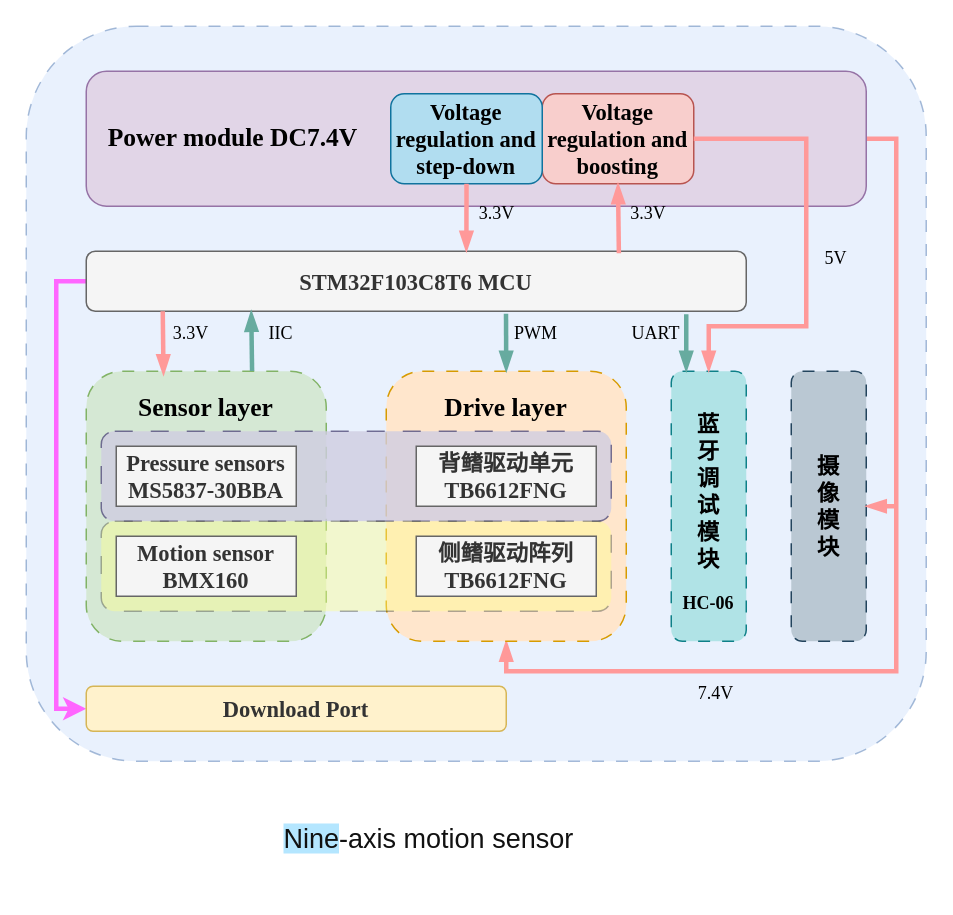
Before: 论文_翻译.drawio in chiguaren3/drawio_project, a draw.io diagram. Source tidied: cells renumbered, new cells numbered last; positions are measured from the earlier drawing's top-left corner, leaving out a move shared by most shapes. Both pictures are drawn from the tidied source at 150%, with x=0, y=0 at pixel (26, 26).
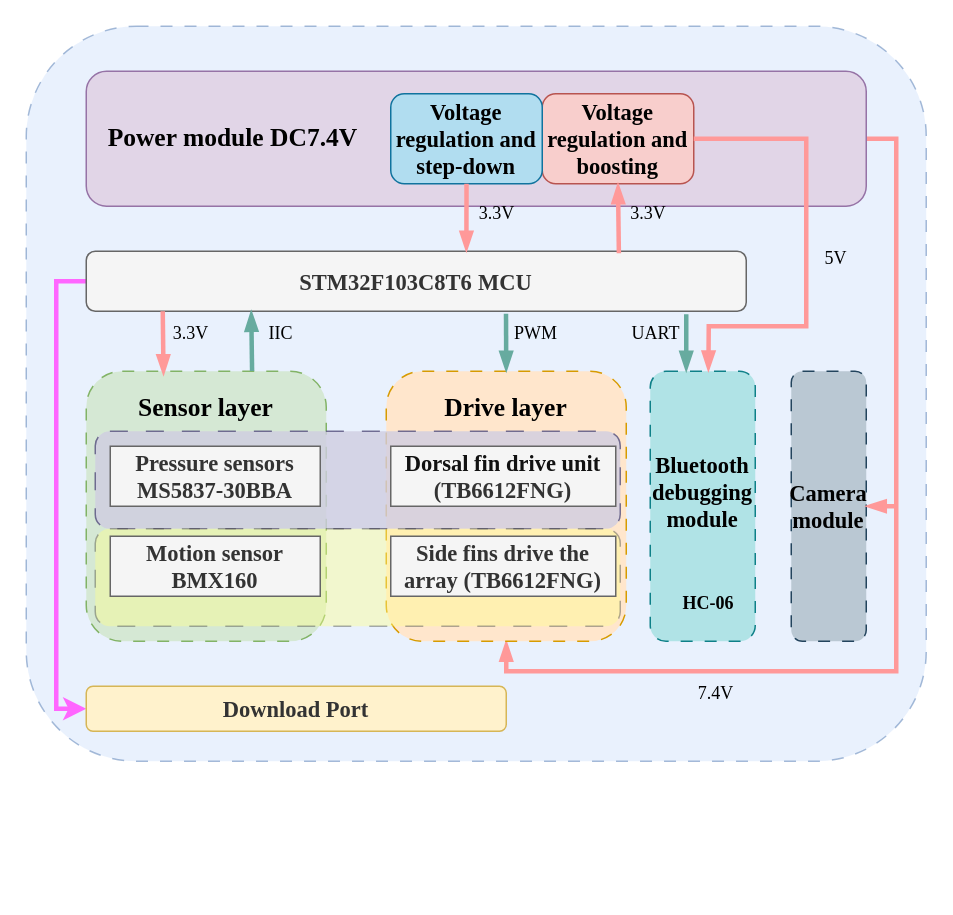
Above is the later version.

Commit message (it also covers changes not shown here):
更新论文_翻译.drawio

Unchanged cells that the change refers to:
```xml
<mxCell id="6" value="&lt;b style=&quot;&quot;&gt;&lt;font style=&quot;font-size: 15px;&quot; face=&quot;Times New Roman&quot;&gt;Voltage regulation and boosting&lt;/font&gt;&lt;/b&gt;" style="rounded=1;whiteSpace=wrap;html=1;fillColor=#f8cecc;strokeColor=#b85450;" parent="1" vertex="1">
  <mxGeometry x="344" y="45" width="101" height="60" as="geometry" />
</mxCell>
```

The edit, as a diff of the source:
```diff
@@
-    <mxCell id="14" value="&lt;font style=&quot;font-size: 15px;&quot; face=&quot;宋体&quot;&gt;&lt;b style=&quot;&quot;&gt;摄像模块&lt;/b&gt;&lt;/font&gt;" style="text;html=1;align=center;verticalAlign=middle;whiteSpace=wrap;rounded=0;" parent="1" vertex="1">
+    <mxCell id="14" value="&lt;font face=&quot;Times New Roman&quot; style=&quot;font-size: 15px;&quot;&gt;&lt;b&gt;Camera&lt;/b&gt;&lt;/font&gt;&lt;div&gt;&lt;font face=&quot;Times New Roman&quot; style=&quot;font-size: 15px;&quot;&gt;&lt;b&gt;module&lt;/b&gt;&lt;/font&gt;&lt;/div&gt;" style="text;html=1;align=center;verticalAlign=middle;whiteSpace=wrap;rounded=0;" parent="1" vertex="1">
       <mxGeometry x="520" y="260" width="30" height="120" as="geometry" />
     </mxCell>
     <mxCell id="15" style="rounded=1;whiteSpace=wrap;html=1;fillColor=#b0e3e6;strokeColor=#0e8088;dashed=1;dashPattern=8 8;" parent="1" vertex="1">
-      <mxGeometry x="430" y="230" width="50" height="180" as="geometry" />
+      <mxGeometry x="416" y="230" width="70" height="180" as="geometry" />
     </mxCell>
-    <mxCell id="16" value="&lt;font style=&quot;font-size: 15px;&quot; face=&quot;宋体&quot;&gt;&lt;b style=&quot;&quot;&gt;蓝牙调试模块&lt;/b&gt;&lt;/font&gt;" style="text;html=1;align=center;verticalAlign=middle;whiteSpace=wrap;rounded=0;" parent="1" vertex="1">
-      <mxGeometry x="440" y="250" width="30" height="120" as="geometry" />
+    <mxCell id="16" value="&lt;font face=&quot;Times New Roman&quot; style=&quot;font-size: 15px;&quot;&gt;&lt;b style=&quot;&quot;&gt;Bluetooth&lt;/b&gt;&lt;/font&gt;&lt;div&gt;&lt;font face=&quot;Times New Roman&quot; style=&quot;font-size: 15px;&quot;&gt;&lt;b&gt;debugging&lt;/b&gt;&lt;/font&gt;&lt;/div&gt;&lt;div&gt;&lt;font face=&quot;Times New Roman&quot; style=&quot;font-size: 15px;&quot;&gt;&lt;b style=&quot;&quot;&gt;module&lt;/b&gt;&lt;/font&gt;&lt;/div&gt;" style="text;html=1;align=center;verticalAlign=middle;whiteSpace=wrap;rounded=0;" parent="1" vertex="1">
+      <mxGeometry x="439" y="250" width="24" height="120" as="geometry" />
     </mxCell>
@@
-    <mxCell id="25" style="endArrow=blockThin;html=1;rounded=0;exitX=1;exitY=0.5;exitDx=0;exitDy=0;endFill=1;strokeWidth=3;fillColor=#ffff88;strokeColor=#FF9999;entryX=0.5;entryY=0;entryDx=0;entryDy=0;" parent="1" edge="1" source="6" target="15">
+    <mxCell id="25" style="endArrow=blockThin;html=1;rounded=0;exitX=1;exitY=0.5;exitDx=0;exitDy=0;endFill=1;strokeWidth=3;fillColor=#ffff88;strokeColor=#FF9999;entryX=0.554;entryY=-0.001;entryDx=0;entryDy=0;entryPerimeter=0;" parent="1" edge="1" source="6" target="15">
       <mxGeometry relative="1" as="geometry">
         <Array as="points">
           <mxPoint x="520" y="75" />
           <mxPoint x="520" y="200" />
           <mxPoint x="455" y="200" />
         </Array>
       </mxGeometry>
     </mxCell>
     <mxCell id="26" style="rounded=1;whiteSpace=wrap;html=1;fillColor=#d0cee2;strokeColor=#56517e;dashed=1;dashPattern=12 12;opacity=80;" parent="1" vertex="1">
-      <mxGeometry x="50" y="270" width="340" height="60" as="geometry" />
+      <mxGeometry x="46" y="270" width="350" height="65" as="geometry" />
     </mxCell>
@@
     <mxCell id="33" value="&lt;span style=&quot;font-size: 15px;&quot;&gt;&lt;b style=&quot;&quot;&gt;&lt;font face=&quot;Times New Roman&quot;&gt;Pressure sensors&lt;/font&gt;&lt;/b&gt;&lt;/span&gt;&lt;br&gt;&lt;div&gt;&lt;font style=&quot;font-size: 15px;&quot; face=&quot;Times New Roman&quot;&gt;&lt;b style=&quot;&quot;&gt;MS5837-30BBA&lt;/b&gt;&lt;/font&gt;&lt;/div&gt;" style="rounded=0;whiteSpace=wrap;html=1;fillColor=#f5f5f5;fontColor=#333333;strokeColor=#666666;" parent="1" vertex="1">
-      <mxGeometry x="60" y="280" width="120" height="40" as="geometry" />
+      <mxGeometry x="56" y="280" width="140" height="40" as="geometry" />
     </mxCell>
     <mxCell id="34" style="rounded=1;whiteSpace=wrap;html=1;fillColor=#ffff88;strokeColor=#36393d;dashed=1;dashPattern=12 12;opacity=40;" parent="1" vertex="1">
-      <mxGeometry x="50" y="330" width="340" height="60" as="geometry" />
+      <mxGeometry x="46" y="335" width="350" height="65" as="geometry" />
     </mxCell>
-    <mxCell id="35" value="&lt;font face=&quot;宋体&quot;&gt;&lt;span style=&quot;font-size: 15px;&quot;&gt;&lt;b&gt;背鳍驱动单元&lt;/b&gt;&lt;/span&gt;&lt;/font&gt;&lt;div&gt;&lt;span style=&quot;font-size: 15px;&quot;&gt;&lt;b style=&quot;&quot;&gt;&lt;font face=&quot;Times New Roman&quot;&gt;TB6612FNG&lt;/font&gt;&lt;/b&gt;&lt;/span&gt;&lt;/div&gt;" style="rounded=0;whiteSpace=wrap;html=1;fillColor=#f5f5f5;fontColor=#333333;strokeColor=#666666;" parent="1" vertex="1">
-      <mxGeometry x="260" y="280" width="120" height="40" as="geometry" />
+    <mxCell id="35" value="&lt;font style=&quot;font-size: 15px;&quot;&gt;&lt;b&gt;&lt;font face=&quot;Times New Roman&quot; style=&quot;&quot;&gt;&lt;span style=&quot;cursor: pointer; color: rgb(17, 17, 17); text-align: start; white-space-collapse: preserve;&quot; class=&quot;&quot;&gt;Dorsal&lt;/span&gt;&lt;span style=&quot;cursor: pointer; color: rgb(17, 17, 17); text-align: start; white-space-collapse: preserve;&quot;&gt; &lt;/span&gt;&lt;span style=&quot;cursor: pointer; color: rgb(17, 17, 17); text-align: start; white-space-collapse: preserve;&quot; class=&quot;&quot;&gt;fin&lt;/span&gt;&lt;span style=&quot;cursor: pointer; color: rgb(17, 17, 17); text-align: start; white-space-collapse: preserve;&quot;&gt; &lt;/span&gt;&lt;span style=&quot;cursor: pointer; color: rgb(17, 17, 17); text-align: start; white-space-collapse: preserve;&quot; class=&quot;&quot;&gt;drive&lt;/span&gt;&lt;span style=&quot;cursor: pointer; color: rgb(17, 17, 17); text-align: start; white-space-collapse: preserve;&quot;&gt; &lt;/span&gt;&lt;span style=&quot;cursor: pointer; color: rgb(17, 17, 17); text-align: start; white-space-collapse: preserve;&quot; class=&quot;&quot;&gt;unit&lt;/span&gt;&lt;/font&gt;&lt;br&gt;&lt;/b&gt;&lt;/font&gt;&lt;div&gt;&lt;b style=&quot;&quot;&gt;&lt;font style=&quot;font-size: 15px;&quot; face=&quot;Times New Roman&quot;&gt;(TB6612FNG)&lt;/font&gt;&lt;/b&gt;&lt;/div&gt;" style="rounded=0;whiteSpace=wrap;html=1;fillColor=#f5f5f5;fontColor=#333333;strokeColor=#666666;" parent="1" vertex="1">
+      <mxGeometry x="243" y="280" width="150" height="40" as="geometry" />
     </mxCell>
-    <mxCell id="36" value="&lt;font face=&quot;宋体&quot;&gt;&lt;span style=&quot;font-size: 15px;&quot;&gt;&lt;b&gt;侧鳍驱动阵列&lt;/b&gt;&lt;/span&gt;&lt;/font&gt;&lt;div&gt;&lt;b style=&quot;font-size: 15px;&quot;&gt;&lt;font face=&quot;Times New Roman&quot;&gt;TB6612FNG&lt;/font&gt;&lt;/b&gt;&lt;font face=&quot;宋体&quot;&gt;&lt;span style=&quot;font-size: 15px;&quot;&gt;&lt;b&gt;&lt;/b&gt;&lt;/span&gt;&lt;/font&gt;&lt;/div&gt;" style="rounded=0;whiteSpace=wrap;html=1;fillColor=#f5f5f5;fontColor=#333333;strokeColor=#666666;" parent="1" vertex="1">
-      <mxGeometry x="260" y="340" width="120" height="40" as="geometry" />
+    <mxCell id="36" value="&lt;span style=&quot;font-size: 15px;&quot;&gt;&lt;b style=&quot;&quot;&gt;&lt;font face=&quot;Times New Roman&quot;&gt;Side fins drive the array (&lt;/font&gt;&lt;/b&gt;&lt;/span&gt;&lt;b style=&quot;background-color: transparent; color: light-dark(rgb(51, 51, 51), rgb(193, 193, 193)); font-size: 15px;&quot;&gt;&lt;font face=&quot;Times New Roman&quot;&gt;TB6612FNG)&lt;/font&gt;&lt;/b&gt;" style="rounded=0;whiteSpace=wrap;html=1;fillColor=#f5f5f5;fontColor=#333333;strokeColor=#666666;" parent="1" vertex="1">
+      <mxGeometry x="243" y="340" width="150" height="40" as="geometry" />
     </mxCell>
     <mxCell id="37" value="&lt;font style=&quot;font-size: 15px;&quot;&gt;&lt;b style=&quot;&quot;&gt;&lt;font style=&quot;&quot; face=&quot;Times New Roman&quot;&gt;Motion sensor&lt;/font&gt;&lt;/b&gt;&lt;br&gt;&lt;/font&gt;&lt;div&gt;&lt;font style=&quot;font-size: 15px;&quot; face=&quot;Times New Roman&quot;&gt;&lt;b style=&quot;&quot;&gt;BMX160&lt;/b&gt;&lt;/font&gt;&lt;/div&gt;" style="rounded=0;whiteSpace=wrap;html=1;fillColor=#f5f5f5;fontColor=#333333;strokeColor=#666666;" parent="1" vertex="1">
-      <mxGeometry x="60" y="340" width="120" height="40" as="geometry" />
+      <mxGeometry x="56" y="340" width="140" height="40" as="geometry" />
     </mxCell>
@@
-    <mxCell id="41" value="&lt;span class=&quot;tta_align&quot; style=&quot;background-color: rgb(180, 230, 255); cursor: pointer; color: rgb(17, 17, 17); font-family: Arial, Helvetica, sans-serif; font-size: 18px; font-style: normal; font-variant-ligatures: normal; font-variant-caps: normal; font-weight: 400; letter-spacing: normal; orphans: 2; text-align: start; text-indent: 0px; text-transform: none; widows: 2; word-spacing: 0px; -webkit-text-stroke-width: 0px; white-space: pre-wrap; text-decoration-thickness: initial; text-decoration-style: initial; text-decoration-color: initial;&quot;&gt;Nine&lt;/span&gt;&lt;span class=&quot;&quot; style=&quot;cursor: pointer; color: rgb(17, 17, 17); font-family: Arial, Helvetica, sans-serif; font-size: 18px; font-style: normal; font-variant-ligatures: normal; font-variant-caps: normal; font-weight: 400; letter-spacing: normal; orphans: 2; text-align: start; text-indent: 0px; text-transform: none; widows: 2; word-spacing: 0px; -webkit-text-stroke-width: 0px; white-space: pre-wrap; text-decoration-thickness: initial; text-decoration-style: initial; text-decoration-color: initial;&quot;&gt;-&lt;/span&gt;&lt;span class=&quot;&quot; style=&quot;cursor: pointer; color: rgb(17, 17, 17); font-family: Arial, Helvetica, sans-serif; font-size: 18px; font-style: normal; font-variant-ligatures: normal; font-variant-caps: normal; font-weight: 400; letter-spacing: normal; orphans: 2; text-align: start; text-indent: 0px; text-transform: none; widows: 2; word-spacing: 0px; -webkit-text-stroke-width: 0px; white-space: pre-wrap; text-decoration-thickness: initial; text-decoration-style: initial; text-decoration-color: initial;&quot;&gt;axis&lt;/span&gt;&lt;span style=&quot;cursor: pointer; color: rgb(17, 17, 17); font-family: Arial, Helvetica, sans-serif; font-size: 18px; font-style: normal; font-variant-ligatures: normal; font-variant-caps: normal; font-weight: 400; letter-spacing: normal; orphans: 2; text-align: start; text-indent: 0px; text-transform: none; widows: 2; word-spacing: 0px; -webkit-text-stroke-width: 0px; white-space: pre-wrap; text-decoration-thickness: initial; text-decoration-style: initial; text-decoration-color: initial;&quot;&gt; &lt;/span&gt;&lt;span class=&quot;&quot; style=&quot;cursor: pointer; color: rgb(17, 17, 17); font-family: Arial, Helvetica, sans-serif; font-size: 18px; font-style: normal; font-variant-ligatures: normal; font-variant-caps: normal; font-weight: 400; letter-spacing: normal; orphans: 2; text-align: start; text-indent: 0px; text-transform: none; widows: 2; word-spacing: 0px; -webkit-text-stroke-width: 0px; white-space: pre-wrap; text-decoration-thickness: initial; text-decoration-style: initial; text-decoration-color: initial;&quot;&gt;motion&lt;/span&gt;&lt;span style=&quot;cursor: pointer; color: rgb(17, 17, 17); font-family: Arial, Helvetica, sans-serif; font-size: 18px; font-style: normal; font-variant-ligatures: normal; font-variant-caps: normal; font-weight: 400; letter-spacing: normal; orphans: 2; text-align: start; text-indent: 0px; text-transform: none; widows: 2; word-spacing: 0px; -webkit-text-stroke-width: 0px; white-space: pre-wrap; text-decoration-thickness: initial; text-decoration-style: initial; text-decoration-color: initial;&quot;&gt; &lt;/span&gt;&lt;span class=&quot;&quot; style=&quot;cursor: pointer; color: rgb(17, 17, 17); font-family: Arial, Helvetica, sans-serif; font-size: 18px; font-style: normal; font-variant-ligatures: normal; font-variant-caps: normal; font-weight: 400; letter-spacing: normal; orphans: 2; text-align: start; text-indent: 0px; text-transform: none; widows: 2; word-spacing: 0px; -webkit-text-stroke-width: 0px; white-space: pre-wrap; text-decoration-thickness: initial; text-decoration-style: initial; text-decoration-color: initial;&quot;&gt;sensor&lt;/span&gt;" style="text;whiteSpace=wrap;html=1;" parent="1" vertex="1">
-      <mxGeometry x="170" y="525" width="230" height="50" as="geometry" />
-    </mxCell>
```
